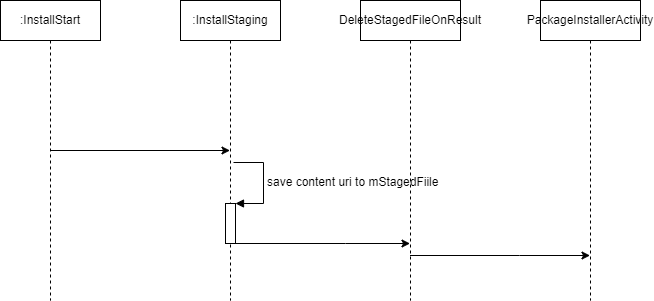
Earlier version of the draw.io export res/PackageInstaller 入口.drawio.png (huanggenghg/huanggenghg). Source tidied: cells renumbered, new cells last; positions are measured from the earlier drawing's top-left corner, leaving out a move shared by most shapes. Its diagram source:
```xml
<mxGraphModel>
  <root>
    <mxCell id="0" />
    <mxCell id="1" parent="0" />
    <mxCell id="2" style="edgeStyle=orthogonalEdgeStyle;rounded=0;jettySize=auto;html=1;" parent="1" edge="1" source="3" target="5">
      <mxGeometry relative="1" as="geometry" />
    </mxCell>
    <mxCell id="3" value=":InstallStart" style="shape=umlLifeline;perimeter=lifelinePerimeter;whiteSpace=wrap;html=1;outlineConnect=0;" parent="1" vertex="1">
      <mxGeometry width="100" height="300" as="geometry" />
    </mxCell>
    <mxCell id="4" style="edgeStyle=orthogonalEdgeStyle;rounded=0;jettySize=auto;html=1;" parent="1" edge="1" source="5" target="9">
      <mxGeometry relative="1" as="geometry">
        <Array as="points">
          <mxPoint x="345" y="243" />
          <mxPoint x="345" y="243" />
        </Array>
      </mxGeometry>
    </mxCell>
    <mxCell id="5" value=":InstallStaging" style="shape=umlLifeline;perimeter=lifelinePerimeter;whiteSpace=wrap;html=1;outlineConnect=0;" parent="1" vertex="1">
      <mxGeometry x="180" width="100" height="300" as="geometry" />
    </mxCell>
    <mxCell id="6" style="html=1;points=[];perimeter=orthogonalPerimeter;" parent="5" vertex="1">
      <mxGeometry x="45" y="203" width="10" height="40" as="geometry" />
    </mxCell>
    <mxCell id="7" value="save content uri to mStagedFiile" style="edgeStyle=orthogonalEdgeStyle;html=1;align=left;spacingLeft=2;endArrow=block;rounded=0;entryX=1;entryY=0;" parent="5" edge="1" target="6">
      <mxGeometry relative="1" as="geometry">
        <mxPoint x="53" y="162" as="sourcePoint" />
        <Array as="points">
          <mxPoint x="83" y="162" />
        </Array>
      </mxGeometry>
    </mxCell>
    <mxCell id="8" style="edgeStyle=orthogonalEdgeStyle;rounded=0;jettySize=auto;html=1;" parent="1" edge="1" source="9" target="10">
      <mxGeometry relative="1" as="geometry">
        <Array as="points">
          <mxPoint x="519" y="255" />
          <mxPoint x="519" y="255" />
        </Array>
      </mxGeometry>
    </mxCell>
    <mxCell id="9" value="DeleteStagedFileOnResult" style="shape=umlLifeline;perimeter=lifelinePerimeter;whiteSpace=wrap;html=1;outlineConnect=0;" parent="1" vertex="1">
      <mxGeometry x="360" width="100" height="300" as="geometry" />
    </mxCell>
    <mxCell id="10" value="PackageInstallerActivity" style="shape=umlLifeline;perimeter=lifelinePerimeter;whiteSpace=wrap;html=1;outlineConnect=0;" parent="1" vertex="1">
      <mxGeometry x="540" width="100" height="300" as="geometry" />
    </mxCell>
  </root>
</mxGraphModel>
```
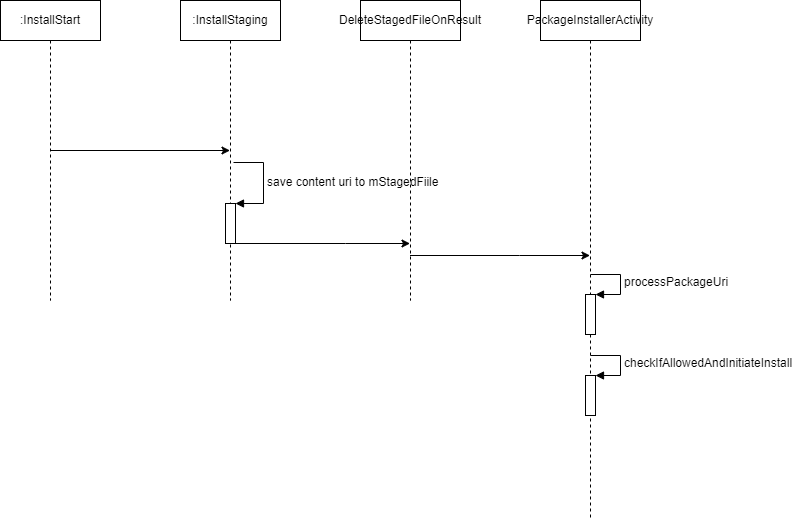
Above is the later version.

Change to the diagram source:
```diff
@@ -1,4 +1,4 @@
-<mxGraphModel>
+<mxGraphModel background="#ffffff">
   <root>
     <mxCell id="0" />
     <mxCell id="1" parent="0" />
@@ -42,7 +42,29 @@
       <mxGeometry x="360" width="100" height="300" as="geometry" />
     </mxCell>
     <mxCell id="10" value="PackageInstallerActivity" style="shape=umlLifeline;perimeter=lifelinePerimeter;whiteSpace=wrap;html=1;outlineConnect=0;" parent="1" vertex="1">
-      <mxGeometry x="540" width="100" height="300" as="geometry" />
+      <mxGeometry x="540" width="100" height="520" as="geometry" />
     </mxCell>
+    <mxCell id="11" style="html=1;points=[];perimeter=orthogonalPerimeter;" parent="10" vertex="1">
+      <mxGeometry x="45" y="294" width="10" height="40" as="geometry" />
+    </mxCell>
+    <mxCell id="12" value="processPackageUri" style="edgeStyle=orthogonalEdgeStyle;html=1;align=left;spacingLeft=2;endArrow=block;rounded=0;entryX=1;entryY=0;" parent="10" edge="1" target="11">
+      <mxGeometry relative="1" as="geometry">
+        <mxPoint x="50" y="274" as="sourcePoint" />
+        <Array as="points">
+          <mxPoint x="80" y="274" />
+        </Array>
+      </mxGeometry>
+    </mxCell>
+    <mxCell id="13" style="html=1;points=[];perimeter=orthogonalPerimeter;" parent="10" vertex="1">
+      <mxGeometry x="45" y="375" width="10" height="40" as="geometry" />
+    </mxCell>
+    <mxCell id="14" value="checkIfAllowedAndInitiateInstall" style="edgeStyle=orthogonalEdgeStyle;html=1;align=left;spacingLeft=2;endArrow=block;rounded=0;entryX=1;entryY=0;" parent="10" edge="1" target="13">
+      <mxGeometry relative="1" as="geometry">
+        <mxPoint x="50" y="355" as="sourcePoint" />
+        <Array as="points">
+          <mxPoint x="80" y="355" />
+        </Array>
+      </mxGeometry>
+    </mxCell>
   </root>
 </mxGraphModel>
```
